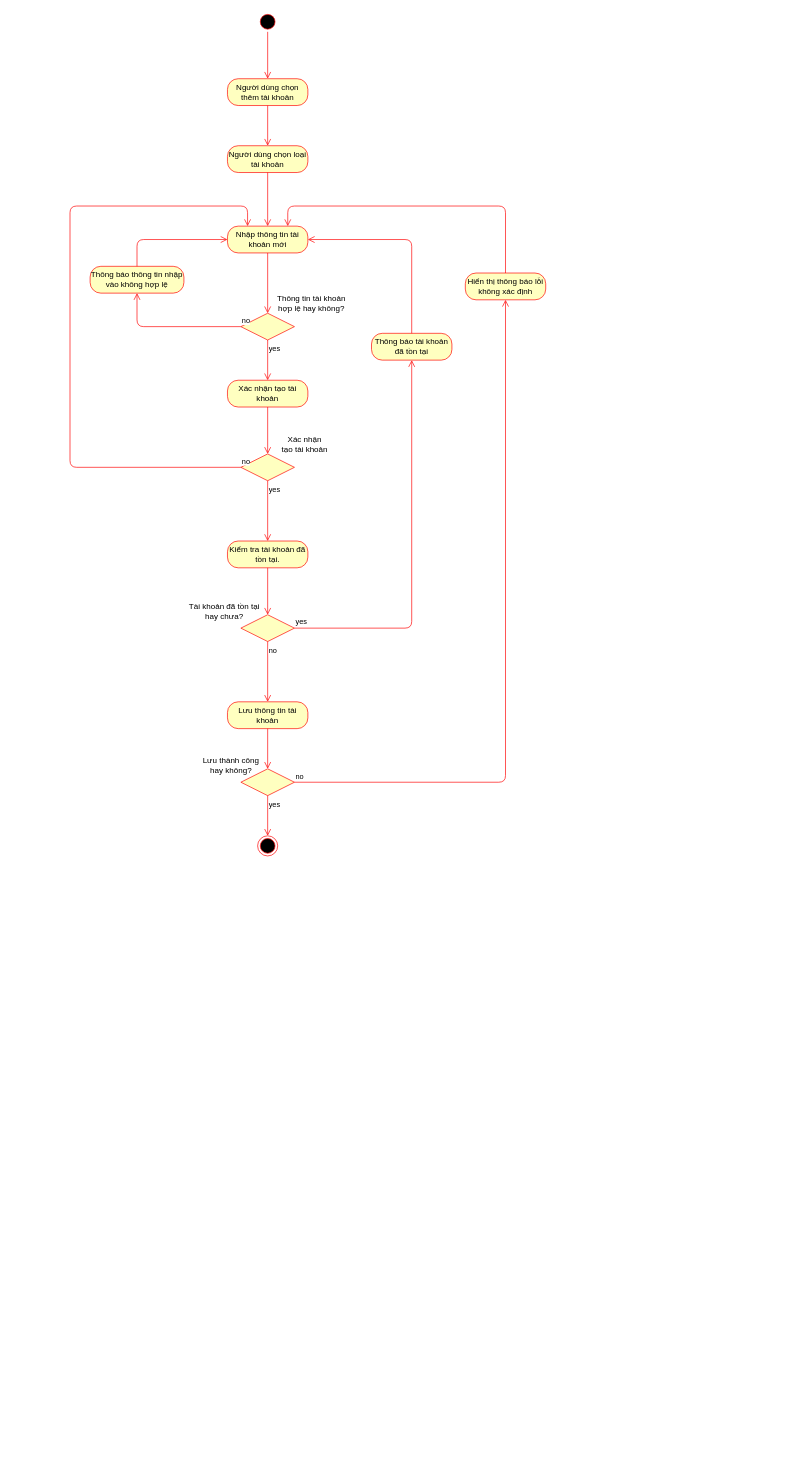
Earlier version of the draw.io diagram object-oriented-analysis-design/CreateAccount.drawio (TikTzuki/SGU-Project). Source tidied: cells renumbered, new cells numbered last; positions are measured from the earlier drawing's top-left corner, leaving out a move shared by most shapes. Both pictures are drawn from the tidied source at 67%, with x=0, y=0 at pixel (70, 11).
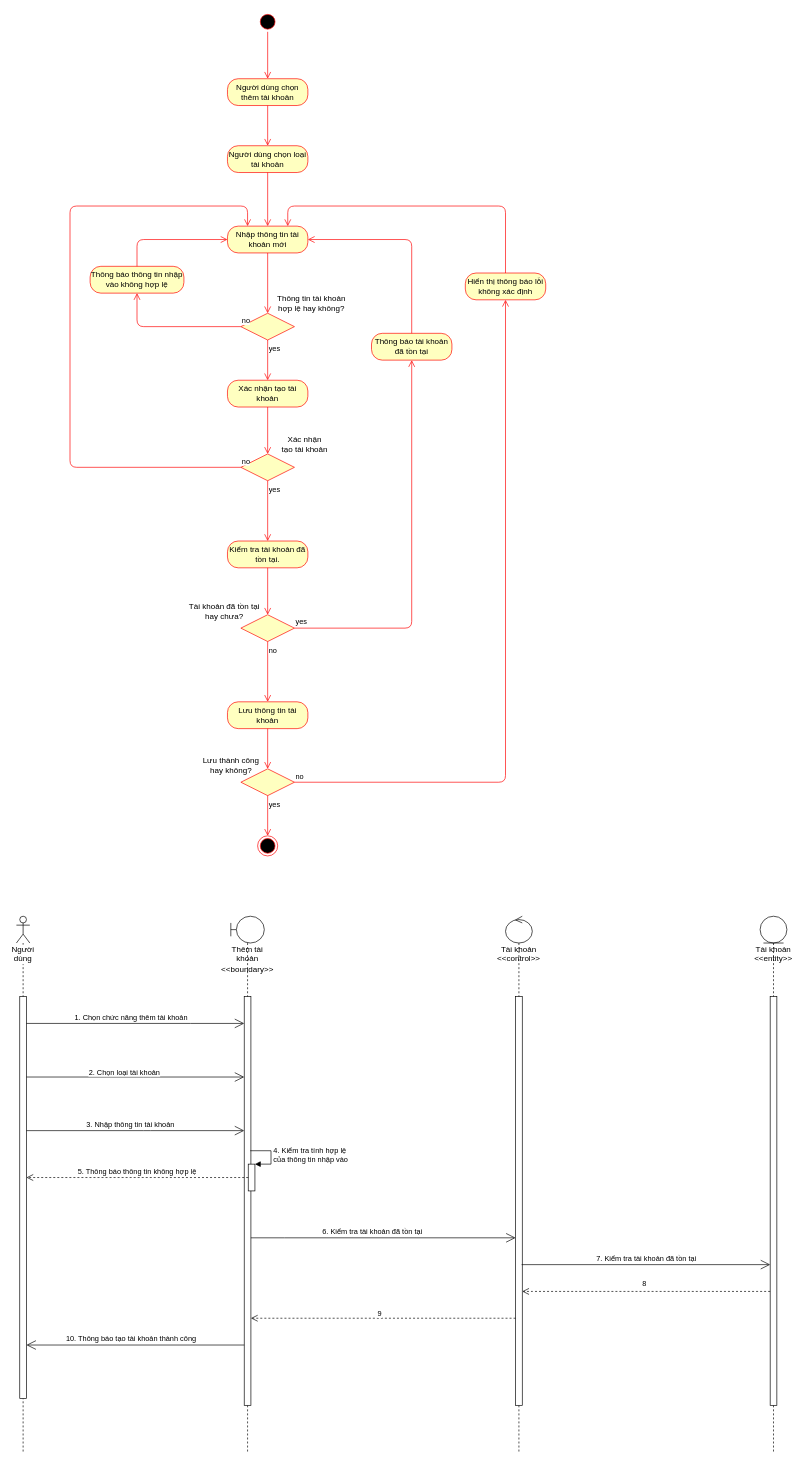
After the change.

What changed in the source:
```diff
@@
+    <mxCell id="39" value="Người dùng" style="shape=umlLifeline;participant=umlActor;perimeter=lifelinePerimeter;whiteSpace=wrap;html=1;verticalAlign=top;spacingTop=36;labelBackgroundColor=#ffffff;" parent="1" vertex="1">
+      <mxGeometry x="-80" y="1350" width="20" height="800" as="geometry" />
+    </mxCell>
+    <mxCell id="40" style="html=1;points=[];perimeter=orthogonalPerimeter;labelBackgroundColor=#ffffff;" parent="39" vertex="1">
+      <mxGeometry x="5" y="120" width="10" height="600" as="geometry" />
+    </mxCell>
+    <mxCell id="41" value="Thêm tài khoản&lt;br&gt;&amp;lt;&amp;lt;boundary&amp;gt;&amp;gt;" style="shape=umlLifeline;participant=umlBoundary;perimeter=lifelinePerimeter;whiteSpace=wrap;html=1;verticalAlign=top;spacingTop=36;" parent="1" vertex="1">
+      <mxGeometry x="240" y="1350" width="50" height="800" as="geometry" />
+    </mxCell>
+    <mxCell id="42" style="html=1;points=[];perimeter=orthogonalPerimeter;labelBackgroundColor=#ffffff;" parent="41" vertex="1">
+      <mxGeometry x="20" y="120" width="10" height="610" as="geometry" />
+    </mxCell>
+    <mxCell id="43" value="Tài khoản&lt;br&gt;&amp;lt;&amp;lt;control&amp;gt;&amp;gt;" style="shape=umlLifeline;participant=umlControl;perimeter=lifelinePerimeter;whiteSpace=wrap;html=1;verticalAlign=top;spacingTop=36;" parent="1" vertex="1">
+      <mxGeometry x="650" y="1350" width="40" height="800" as="geometry" />
+    </mxCell>
+    <mxCell id="44" style="html=1;points=[];perimeter=orthogonalPerimeter;labelBackgroundColor=#ffffff;" parent="43" vertex="1">
+      <mxGeometry x="15" y="120" width="10" height="610" as="geometry" />
+    </mxCell>
+    <mxCell id="45" value="Tài khoản&lt;br&gt;&amp;lt;&amp;lt;entity&amp;gt;&amp;gt;" style="shape=umlLifeline;participant=umlEntity;perimeter=lifelinePerimeter;whiteSpace=wrap;html=1;verticalAlign=top;spacingTop=36;" parent="1" vertex="1">
+      <mxGeometry x="1030" y="1350" width="40" height="800" as="geometry" />
+    </mxCell>
+    <mxCell id="46" style="html=1;points=[];perimeter=orthogonalPerimeter;labelBackgroundColor=#ffffff;" parent="45" vertex="1">
+      <mxGeometry x="15" y="120" width="10" height="610" as="geometry" />
+    </mxCell>
+    <mxCell id="47" style="endArrow=open;endFill=1;endSize=12;html=1;" parent="1" edge="1" source="40" target="42">
+      <mxGeometry relative="1" as="geometry">
+        <Array as="points">
+          <mxPoint x="190" y="1510" />
+        </Array>
+      </mxGeometry>
+    </mxCell>
+    <mxCell id="48" value="1. Chọn chức năng thêm tài khoản" style="edgeLabel;html=1;align=center;verticalAlign=middle;" parent="47" vertex="1">
+      <mxGeometry x="-0.16" y="-2" relative="1" as="geometry">
+        <mxPoint x="18" y="-12" as="offset" />
+      </mxGeometry>
+    </mxCell>
+    <mxCell id="49" style="endArrow=open;endFill=1;endSize=12;html=1;" parent="1" edge="1" source="40" target="42">
+      <mxGeometry relative="1" as="geometry">
+        <Array as="points">
+          <mxPoint x="110" y="1590" />
+        </Array>
+      </mxGeometry>
+    </mxCell>
+    <mxCell id="50" value="2. Chọn loại tài khoản" style="edgeLabel;html=1;align=center;verticalAlign=middle;" parent="49" vertex="1">
+      <mxGeometry x="-0.26" y="4" relative="1" as="geometry">
+        <mxPoint x="25" y="-4" as="offset" />
+      </mxGeometry>
+    </mxCell>
+    <mxCell id="51" style="endArrow=open;endFill=1;endSize=12;html=1;" parent="1" edge="1" source="40" target="42">
+      <mxGeometry relative="1" as="geometry">
+        <Array as="points">
+          <mxPoint x="110" y="1670" />
+        </Array>
+      </mxGeometry>
+    </mxCell>
+    <mxCell id="52" value="3. Nhập thông tin tài khoản" style="edgeLabel;html=1;align=center;verticalAlign=middle;" parent="51" vertex="1">
+      <mxGeometry x="-0.21" y="-1" relative="1" as="geometry">
+        <mxPoint x="26" y="-11" as="offset" />
+      </mxGeometry>
+    </mxCell>
+    <mxCell id="53" style="html=1;points=[];perimeter=orthogonalPerimeter;labelBackgroundColor=#ffffff;" parent="1" vertex="1">
+      <mxGeometry x="266" y="1720" width="10" height="40" as="geometry" />
+    </mxCell>
+    <mxCell id="54" value="4. Kiểm tra tính hợp lệ &lt;br&gt;của thông tin nhập vào" style="edgeStyle=orthogonalEdgeStyle;html=1;align=left;spacingLeft=2;endArrow=block;rounded=0;entryX=1;entryY=0;" parent="1" edge="1" target="53">
+      <mxGeometry relative="1" as="geometry">
+        <mxPoint x="269" y="1700" as="sourcePoint" />
+        <Array as="points">
+          <mxPoint x="269" y="1700" />
+          <mxPoint x="300" y="1700" />
+          <mxPoint x="300" y="1720" />
+        </Array>
+      </mxGeometry>
+    </mxCell>
+    <mxCell id="55" value="5. Thông báo thông tin không hợp lệ" style="html=1;verticalAlign=bottom;endArrow=open;dashed=1;endSize=8;" parent="1" edge="1" source="53" target="40">
+      <mxGeometry relative="1" as="geometry" />
+    </mxCell>
+    <mxCell id="56" style="endArrow=open;endFill=1;endSize=12;html=1;" parent="1" edge="1" source="42" target="44">
+      <mxGeometry relative="1" as="geometry">
+        <Array as="points">
+          <mxPoint x="310" y="1830" />
+        </Array>
+      </mxGeometry>
+    </mxCell>
+    <mxCell id="57" value="6. Kiểm tra tài khoản đã tồn tại" style="edgeLabel;html=1;align=center;verticalAlign=middle;" parent="56" vertex="1">
+      <mxGeometry x="-0.28" y="-2" relative="1" as="geometry">
+        <mxPoint x="38" y="-12" as="offset" />
+      </mxGeometry>
+    </mxCell>
+    <mxCell id="58" style="endArrow=open;endFill=1;endSize=12;html=1;" parent="1" edge="1" target="46">
+      <mxGeometry relative="1" as="geometry">
+        <mxPoint x="674" y="1870" as="sourcePoint" />
+      </mxGeometry>
+    </mxCell>
+    <mxCell id="59" value="7. Kiểm tra tài khoản đã tồn tại" style="edgeLabel;html=1;align=center;verticalAlign=middle;" parent="58" vertex="1">
+      <mxGeometry x="-0.41" y="-1" relative="1" as="geometry">
+        <mxPoint x="76" y="-11" as="offset" />
+      </mxGeometry>
+    </mxCell>
+    <mxCell id="60" style="html=1;verticalAlign=bottom;endArrow=open;dashed=1;endSize=8;" parent="1" edge="1" source="46" target="44">
+      <mxGeometry relative="1" as="geometry">
+        <Array as="points">
+          <mxPoint x="700" y="1910" />
+        </Array>
+      </mxGeometry>
+    </mxCell>
+    <mxCell id="61" value="8" style="edgeLabel;html=1;align=center;verticalAlign=middle;" parent="60" vertex="1">
+      <mxGeometry x="0.3" y="-2" relative="1" as="geometry">
+        <mxPoint x="52" y="-9.4" as="offset" />
+      </mxGeometry>
+    </mxCell>
+    <mxCell id="62" style="html=1;verticalAlign=bottom;endArrow=open;dashed=1;endSize=8;" parent="1" edge="1" source="44" target="42">
+      <mxGeometry relative="1" as="geometry">
+        <Array as="points">
+          <mxPoint x="410" y="1950" />
+        </Array>
+      </mxGeometry>
+    </mxCell>
+    <mxCell id="63" value="9" style="edgeLabel;html=1;align=center;verticalAlign=middle;" parent="62" vertex="1">
+      <mxGeometry x="0.07" y="-4" relative="1" as="geometry">
+        <mxPoint x="7" y="-4" as="offset" />
+      </mxGeometry>
+    </mxCell>
+    <mxCell id="64" style="endArrow=open;endFill=1;endSize=12;html=1;" parent="1" edge="1">
+      <mxGeometry relative="1" as="geometry">
+        <mxPoint x="260" y="1990" as="sourcePoint" />
+        <mxPoint x="-65" y="1990" as="targetPoint" />
+      </mxGeometry>
+    </mxCell>
+    <mxCell id="65" value="10. Thông báo tạo tài khoản thành công" style="edgeLabel;html=1;align=center;verticalAlign=middle;" parent="64" vertex="1">
+      <mxGeometry x="0.33" y="-1" relative="1" as="geometry">
+        <mxPoint x="46" y="-9" as="offset" />
+      </mxGeometry>
+    </mxCell>
```
